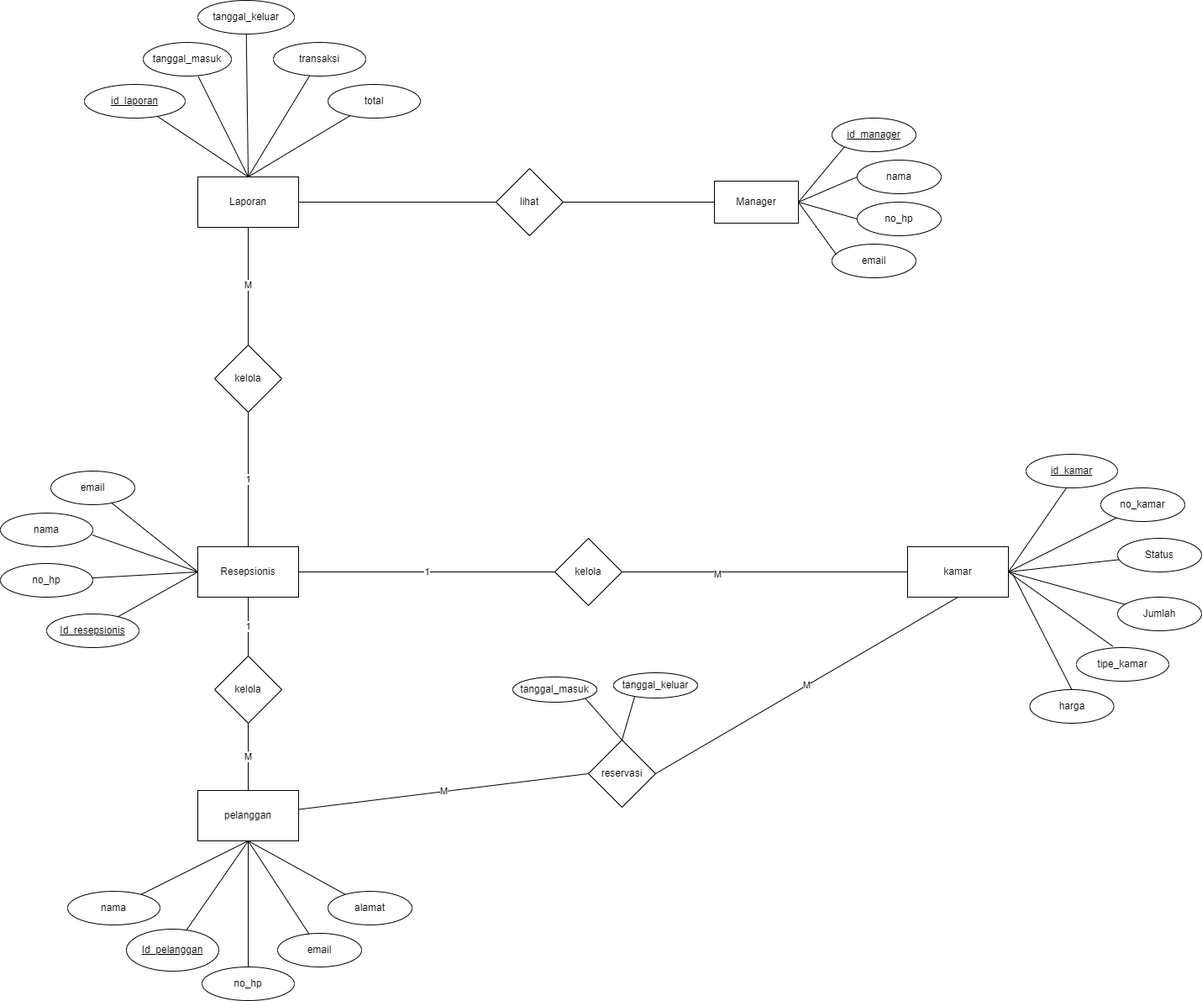
lutfiainnun/Kelompok6 keeps this draw.io diagram as Image SRS/erd hotel.png. Above is the earlier version. Source tidied: cells renumbered, new cells last; positions are measured from the earlier drawing's top-left corner, leaving out a move shared by most shapes.
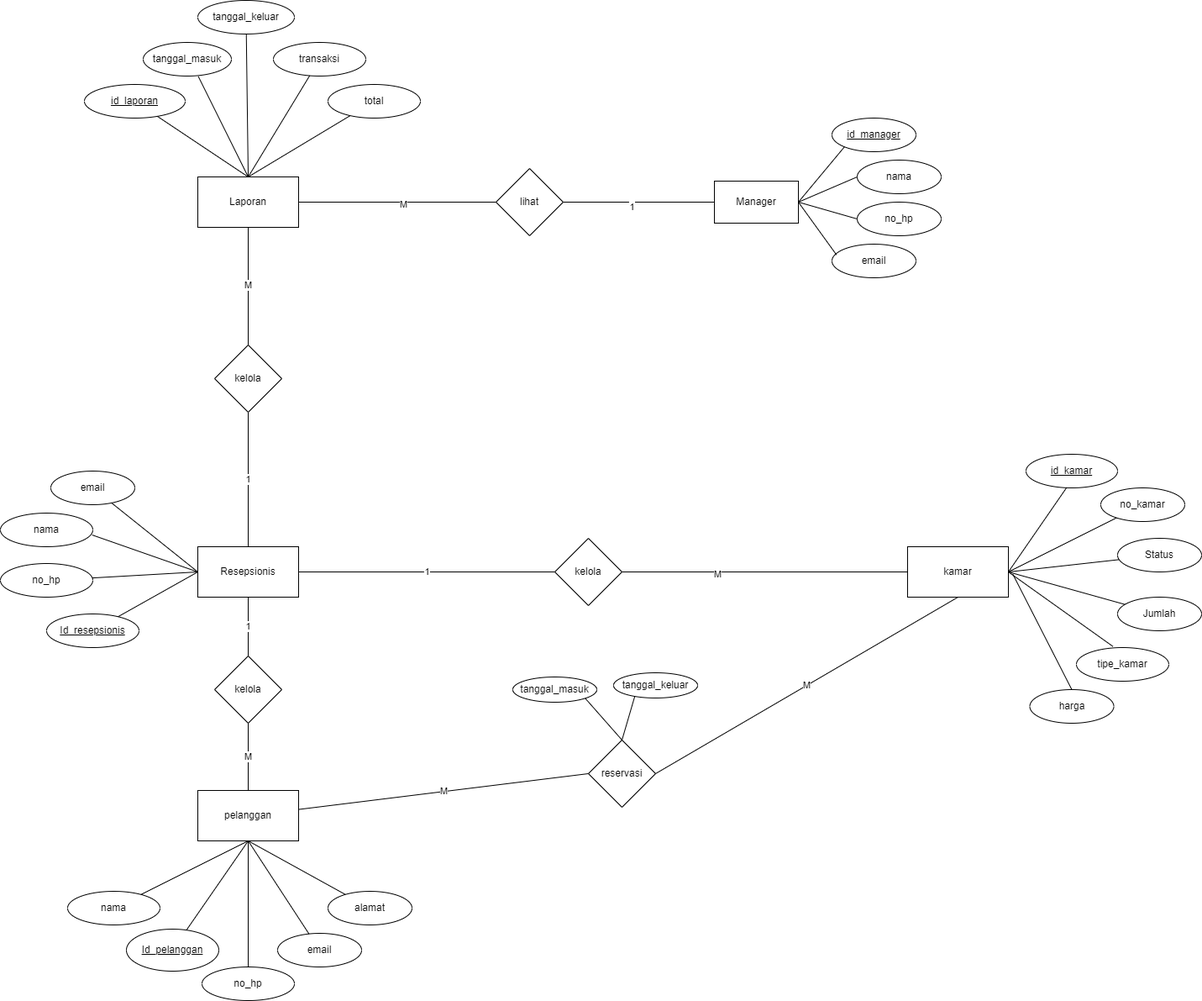
The same file after the commit.

What changed in the source:
```diff
@@ -196,9 +196,17 @@
     <mxCell id="65" style="endArrow=none;html=1;rounded=0;exitX=1;exitY=0.5;exitDx=0;exitDy=0;entryX=0;entryY=0.5;entryDx=0;entryDy=0;" parent="1" edge="1" source="35" target="64">
       <mxGeometry relative="1" as="geometry" />
     </mxCell>
+    <mxCell id="75" value="M" style="edgeLabel;html=1;align=center;verticalAlign=middle;" parent="65" vertex="1">
+      <mxGeometry x="0.06" y="-2" relative="1" as="geometry" />
+    </mxCell>
     <mxCell id="66" style="endArrow=none;html=1;rounded=0;exitX=0;exitY=0.5;exitDx=0;exitDy=0;entryX=1;entryY=0.5;entryDx=0;entryDy=0;" parent="1" edge="1" source="63" target="64">
       <mxGeometry relative="1" as="geometry" />
     </mxCell>
+    <mxCell id="76" value="1" style="edgeLabel;html=1;align=center;verticalAlign=middle;" parent="66" vertex="1">
+      <mxGeometry x="0.09" y="5" relative="1" as="geometry">
+        <mxPoint x="-1" as="offset" />
+      </mxGeometry>
+    </mxCell>
     <mxCell id="67" value="id_manager" style="ellipse;whiteSpace=wrap;html=1;align=center;fontStyle=4;" parent="1" vertex="1">
       <mxGeometry x="990" y="140" width="100" height="40" as="geometry" />
     </mxCell>
```
